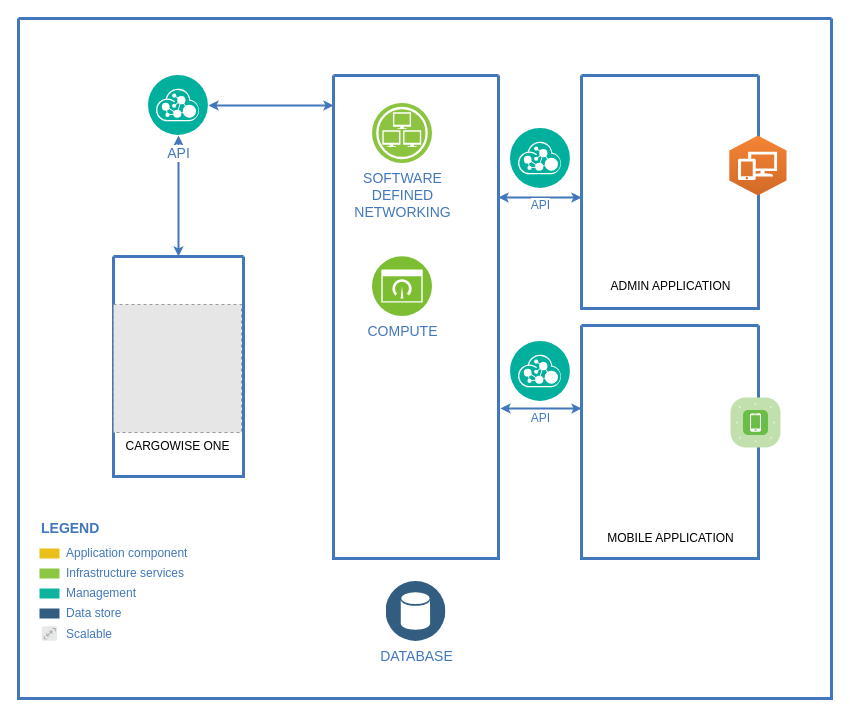
This is tripleb.drawio from antaradatta3/diagrams, a draw.io file, before an edit. Source tidied: cells renumbered, new cells numbered last; positions are measured from the earlier drawing's top-left corner, leaving out a move shared by most shapes. Both pictures are drawn from the tidied source at 100%, with x=0, y=0 at pixel (18, 18). Pictures stored in the file or linked from it are replaced by grey dashed boxes.
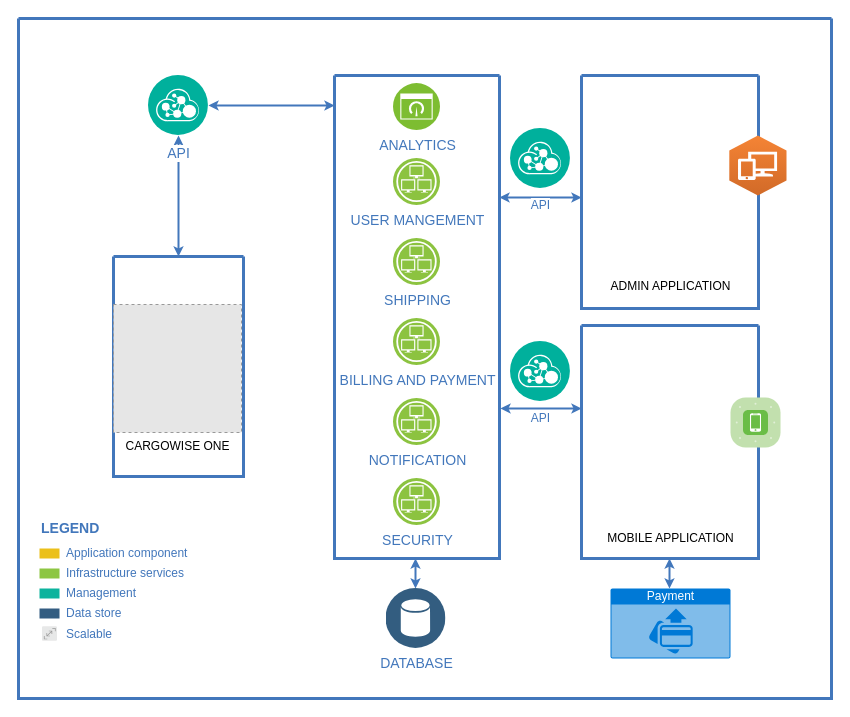
The same page after the edit.

Unchanged cells that the change refers to:
```xml
<mxCell id="2" style="swimlane;shadow=0;strokeColor=#4277BB;fillColor=#ffffff;fontColor=#4277BB;align=right;startSize=0;strokeWidth=3;" parent="1" vertex="1">
  <mxGeometry width="813" height="680" as="geometry" />
</mxCell>
```

What changed in the source:
```diff
@@
     <mxCell id="14" style="swimlane;shadow=0;strokeColor=#4277BB;fillColor=#ffffff;fontColor=#4277BB;align=right;startSize=0;strokeWidth=3;" parent="2" vertex="1">
-      <mxGeometry x="315" y="57" width="165" height="483" as="geometry" />
+      <mxGeometry x="316" y="57" width="165" height="483" as="geometry" />
     </mxCell>
-    <mxCell id="15" value="SOFTWARE&lt;div&gt;DEFINED&lt;/div&gt;&lt;div&gt;NETWORKING&lt;/div&gt;" style="perimeter=ellipsePerimeter;html=1;align=center;shadow=0;dashed=0;image;image=img/lib/ibm/infrastructure/infrastructure_services.svg;rounded=1;labelBackgroundColor=#ffffff;strokeColor=#666666;strokeWidth=3;fillColor=#C2952D;gradientColor=none;fontSize=14;fontColor=#4277BB;" parent="14" vertex="1">
-      <mxGeometry x="39" y="28" width="60" height="60" as="geometry" />
+    <mxCell id="15" value="USER MANGEMENT" style="perimeter=ellipsePerimeter;html=1;align=center;shadow=0;dashed=0;image;image=img/lib/ibm/infrastructure/infrastructure_services.svg;rounded=1;labelBackgroundColor=#ffffff;strokeColor=#666666;strokeWidth=3;fillColor=#C2952D;gradientColor=none;fontSize=14;fontColor=#4277BB;" parent="14" vertex="1">
+      <mxGeometry x="59" y="83" width="47" height="47" as="geometry" />
     </mxCell>
-    <mxCell id="16" value="COMPUTE" style="perimeter=ellipsePerimeter;html=1;align=center;shadow=0;dashed=0;image;image=img/lib/ibm/infrastructure/dashboard.svg;rounded=1;labelBackgroundColor=#ffffff;strokeColor=#666666;strokeWidth=3;fillColor=#C2952D;gradientColor=none;fontSize=14;fontColor=#4277BB;" parent="14" vertex="1">
-      <mxGeometry x="39" y="181" width="60" height="60" as="geometry" />
+    <mxCell id="16" value="ANALYTICS" style="perimeter=ellipsePerimeter;html=1;align=center;shadow=0;dashed=0;image;image=img/lib/ibm/infrastructure/dashboard.svg;rounded=1;labelBackgroundColor=#ffffff;strokeColor=#666666;strokeWidth=3;fillColor=#C2952D;gradientColor=none;fontSize=14;fontColor=#4277BB;" parent="14" vertex="1">
+      <mxGeometry x="59" y="8" width="47" height="47" as="geometry" />
     </mxCell>
+    <mxCell id="28" value="SHIPPING" style="perimeter=ellipsePerimeter;html=1;align=center;shadow=0;dashed=0;image;image=img/lib/ibm/infrastructure/infrastructure_services.svg;rounded=1;labelBackgroundColor=#ffffff;strokeColor=#666666;strokeWidth=3;fillColor=#C2952D;gradientColor=none;fontSize=14;fontColor=#4277BB;" parent="14" vertex="1">
+      <mxGeometry x="59" y="163" width="47" height="47" as="geometry" />
+    </mxCell>
+    <mxCell id="29" value="BILLING AND PAYMENT" style="perimeter=ellipsePerimeter;html=1;align=center;shadow=0;dashed=0;image;image=img/lib/ibm/infrastructure/infrastructure_services.svg;rounded=1;labelBackgroundColor=#ffffff;strokeColor=#666666;strokeWidth=3;fillColor=#C2952D;gradientColor=none;fontSize=14;fontColor=#4277BB;" parent="14" vertex="1">
+      <mxGeometry x="59" y="243" width="47" height="47" as="geometry" />
+    </mxCell>
+    <mxCell id="30" value="NOTIFICATION" style="perimeter=ellipsePerimeter;html=1;align=center;shadow=0;dashed=0;image;image=img/lib/ibm/infrastructure/infrastructure_services.svg;rounded=1;labelBackgroundColor=#ffffff;strokeColor=#666666;strokeWidth=3;fillColor=#C2952D;gradientColor=none;fontSize=14;fontColor=#4277BB;" parent="14" vertex="1">
+      <mxGeometry x="59" y="323" width="47" height="47" as="geometry" />
+    </mxCell>
+    <mxCell id="31" value="SECURITY" style="perimeter=ellipsePerimeter;html=1;align=center;shadow=0;dashed=0;image;image=img/lib/ibm/infrastructure/infrastructure_services.svg;rounded=1;labelBackgroundColor=#ffffff;strokeColor=#666666;strokeWidth=3;fillColor=#C2952D;gradientColor=none;fontSize=14;fontColor=#4277BB;" parent="14" vertex="1">
+      <mxGeometry x="59" y="403" width="47" height="47" as="geometry" />
+    </mxCell>
@@
     <mxCell id="21" value="DATABASE" style="perimeter=ellipsePerimeter;html=1;align=center;shadow=0;dashed=0;image;image=img/lib/ibm/data/data_services.svg;rounded=1;labelBackgroundColor=#ffffff;strokeColor=#666666;strokeWidth=3;fillColor=#C2952D;gradientColor=none;fontSize=14;fontColor=#4277BB;" parent="2" vertex="1">
-      <mxGeometry x="367.5" y="563" width="60" height="60" as="geometry" />
+      <mxGeometry x="367.5" y="570" width="60" height="60" as="geometry" />
     </mxCell>
@@
+    <mxCell id="32" style="edgeStyle=elbowEdgeStyle;rounded=0;elbow=vertical;html=1;labelBackgroundColor=#ffffff;startArrow=classic;startFill=1;startSize=4;endArrow=classic;endFill=1;endSize=4;jettySize=auto;orthogonalLoop=1;strokeColor=#4277BB;strokeWidth=2;fontSize=14;fontColor=#4277BB;" parent="2" edge="1">
+      <mxGeometry relative="1" as="geometry">
+        <mxPoint x="397" y="540" as="sourcePoint" />
+        <mxPoint x="397" y="570" as="targetPoint" />
+      </mxGeometry>
+    </mxCell>
+    <mxCell id="33" value="Payment" style="html=1;strokeColor=none;fillColor=#0079D6;labelPosition=center;verticalLabelPosition=middle;verticalAlign=top;align=center;fontSize=12;spacingTop=-6;fontColor=#FFFFFF;shape=mxgraph.sitemap.payment;" parent="2" vertex="1">
+      <mxGeometry x="592" y="570" width="120" height="70" as="geometry" />
+    </mxCell>
+    <mxCell id="34" style="edgeStyle=elbowEdgeStyle;rounded=0;elbow=vertical;html=1;labelBackgroundColor=#ffffff;startArrow=classic;startFill=1;startSize=4;endArrow=classic;endFill=1;endSize=4;jettySize=auto;orthogonalLoop=1;strokeColor=#4277BB;strokeWidth=2;fontSize=14;fontColor=#4277BB;" parent="2" edge="1">
+      <mxGeometry relative="1" as="geometry">
+        <mxPoint x="651" y="540" as="sourcePoint" />
+        <mxPoint x="651" y="570" as="targetPoint" />
+        <Array as="points">
+          <mxPoint x="816" y="550" />
+        </Array>
+      </mxGeometry>
+    </mxCell>
```
